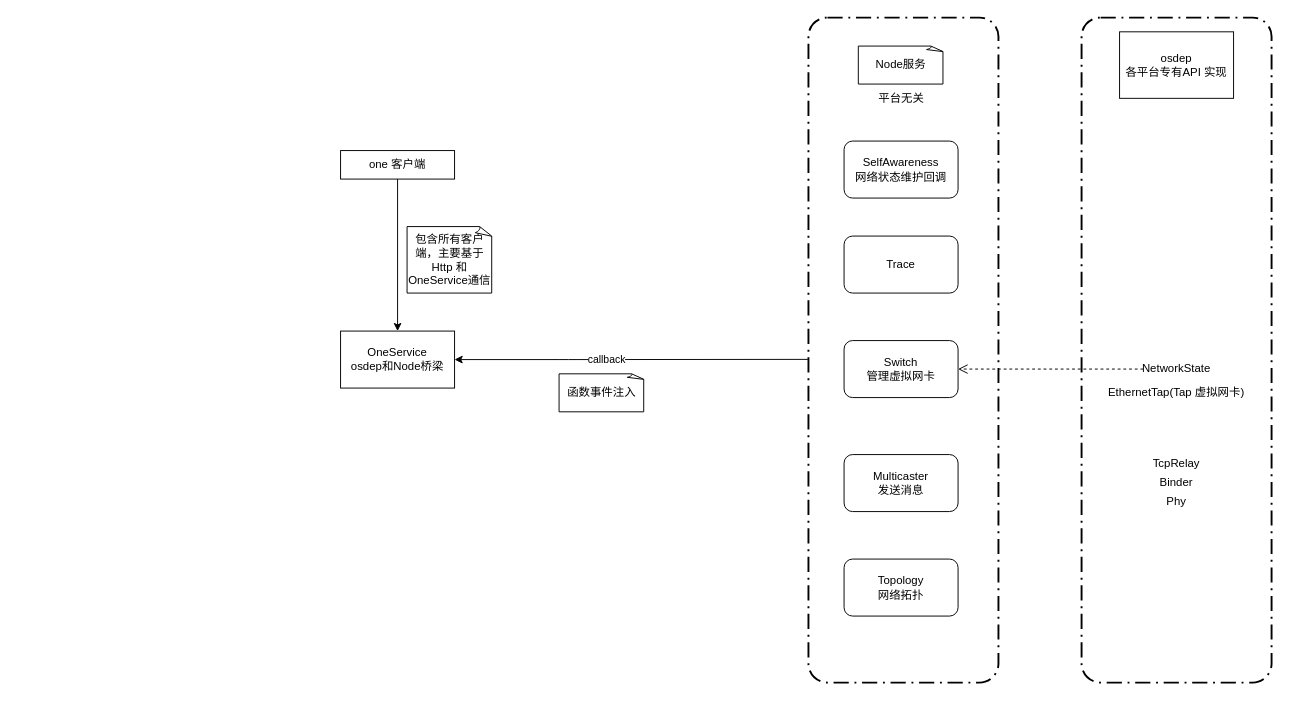
This is Untitled Diagram.drawio from timzaak/blog, a draw.io file, before an edit. Source tidied: cells renumbered, new cells numbered last; positions are measured from the earlier drawing's top-left corner, leaving out a move shared by most shapes. Both pictures are drawn from the tidied source at 95%, with x=0, y=0 at pixel (340, 17).
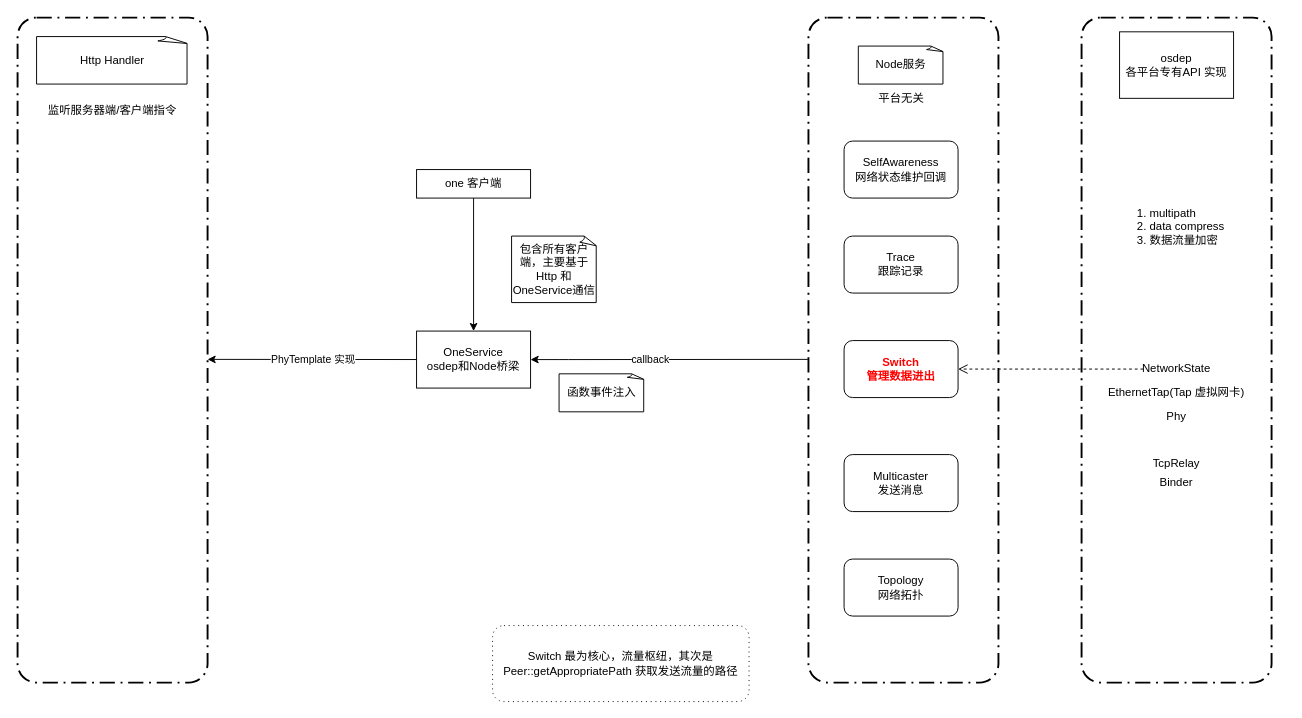
The same diagram, later.

The edit, as a diff of the source:
```diff
@@
     <mxCell id="4" value="OneService&lt;br&gt;osdep和Node桥梁" style="rounded=0;whiteSpace=wrap;html=1;" parent="1" vertex="1">
-      <mxGeometry y="330" width="120" height="60" as="geometry" />
+      <mxGeometry x="80" y="330" width="120" height="60" as="geometry" />
     </mxCell>
@@
-    <mxCell id="9" value="Trace" style="rounded=1;whiteSpace=wrap;html=1;" parent="1" vertex="1">
+    <mxCell id="9" value="&lt;div&gt;Trace&lt;/div&gt;&lt;div&gt;跟踪记录&lt;br&gt;&lt;/div&gt;" style="rounded=1;whiteSpace=wrap;html=1;" parent="1" vertex="1">
       <mxGeometry x="530" y="230" width="120" height="60" as="geometry" />
     </mxCell>
-    <mxCell id="10" value="Switch&lt;br&gt;管理虚拟网卡" style="rounded=1;whiteSpace=wrap;html=1;" parent="1" vertex="1">
+    <mxCell id="10" value="&lt;font color=&quot;#FF0000&quot;&gt;&lt;b&gt;Switch&lt;br&gt;管理数据进出&lt;/b&gt;&lt;/font&gt;" style="rounded=1;whiteSpace=wrap;html=1;" parent="1" vertex="1">
       <mxGeometry x="530" y="340" width="120" height="60" as="geometry" />
     </mxCell>
@@
     <mxCell id="14" value="one 客户端" style="whiteSpace=wrap;html=1;" parent="1" vertex="1">
-      <mxGeometry y="140" width="120" height="30" as="geometry" />
+      <mxGeometry x="80" y="160" width="120" height="30" as="geometry" />
     </mxCell>
@@
     <mxCell id="17" value="包含所有客户端，主要基于Http 和 OneService通信" style="whiteSpace=wrap;html=1;shape=mxgraph.basic.document;" parent="1" vertex="1">
-      <mxGeometry x="70" y="220" width="90" height="70" as="geometry" />
+      <mxGeometry x="180" y="230" width="90" height="70" as="geometry" />
     </mxCell>
@@
     <mxCell id="22" value="Phy" style="text;html=1;strokeColor=none;fillColor=none;align=center;verticalAlign=middle;whiteSpace=wrap;rounded=0;" parent="1" vertex="1">
-      <mxGeometry x="860" y="500" width="40" height="20" as="geometry" />
+      <mxGeometry x="860" y="410" width="40" height="20" as="geometry" />
     </mxCell>
@@
+    <mxCell id="24" style="rounded=1;arcSize=10;dashed=1;strokeColor=#000000;fillColor=none;gradientColor=none;dashPattern=8 3 1 3;strokeWidth=2;" parent="1" vertex="1">
+      <mxGeometry x="-340" width="200" height="700" as="geometry" />
+    </mxCell>
+    <mxCell id="25" value="监听服务器端/客户端指令" style="text;html=1;strokeColor=none;fillColor=none;align=center;verticalAlign=middle;whiteSpace=wrap;rounded=0;" parent="1" vertex="1">
+      <mxGeometry x="-320" y="85" width="160" height="25" as="geometry" />
+    </mxCell>
+    <mxCell id="26" value="&lt;div&gt;Http Handler&lt;br&gt;&lt;/div&gt;" style="whiteSpace=wrap;html=1;shape=mxgraph.basic.document;" parent="1" vertex="1">
+      <mxGeometry x="-320" y="20" width="160" height="50" as="geometry" />
+    </mxCell>
+    <mxCell id="27" style="endArrow=classic;html=1;entryX=1;entryY=0.514;entryDx=0;entryDy=0;entryPerimeter=0;" parent="1" edge="1" source="4" target="24">
+      <mxGeometry relative="1" as="geometry" />
+    </mxCell>
+    <mxCell id="28" value="PhyTemplate 实现" style="edgeLabel;html=1;align=center;verticalAlign=middle;" parent="27" vertex="1">
+      <mxGeometry relative="1" as="geometry" />
+    </mxCell>
+    <mxCell id="29" value="&lt;ol&gt;&lt;li&gt;multipath&lt;br&gt;&lt;/li&gt;&lt;li&gt;data compress&lt;br&gt;&lt;/li&gt;&lt;li&gt;数据流量加密&lt;br&gt;&lt;/li&gt;&lt;/ol&gt;" style="text;strokeColor=none;fillColor=none;html=1;whiteSpace=wrap;verticalAlign=middle;overflow=hidden;" parent="1" vertex="1">
+      <mxGeometry x="810" y="170" width="140" height="100" as="geometry" />
+    </mxCell>
+    <mxCell id="30" value="&lt;div&gt;Switch 最为核心，流量枢纽，其次是Peer::getAppropriatePath 获取发送流量的路径&lt;br&gt;&lt;/div&gt;" style="shape=ext;rounded=1;html=1;whiteSpace=wrap;dashed=1;dashPattern=1 4;" parent="1" vertex="1">
+      <mxGeometry x="160" y="640" width="270" height="80" as="geometry" />
+    </mxCell>
```
